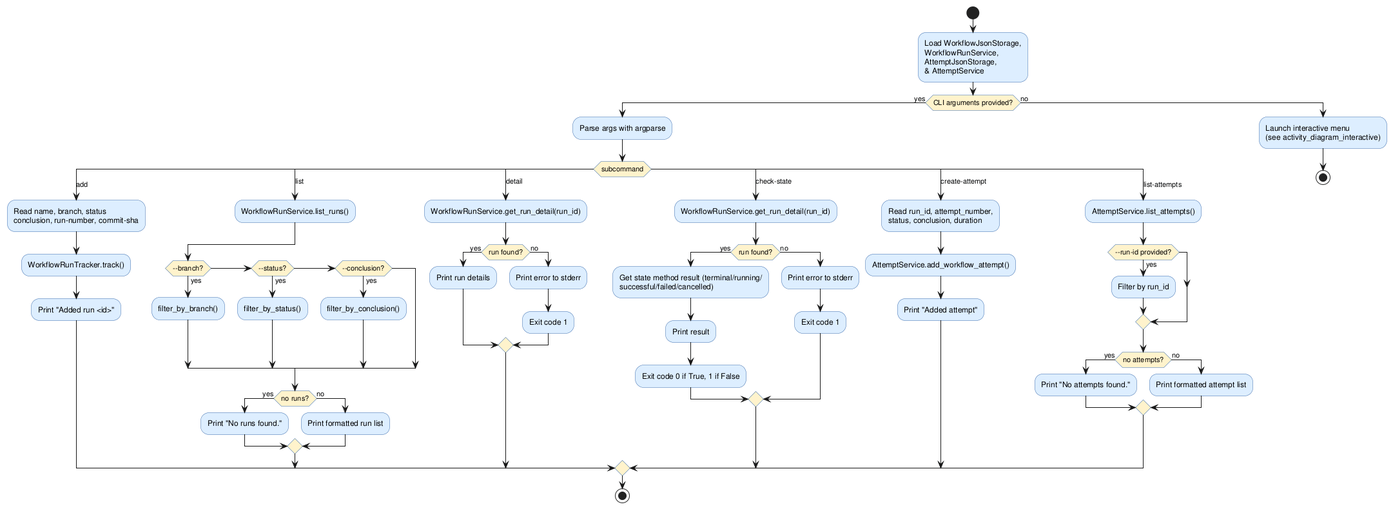
DanielRiha8906/Software_autoevolution_using_agents keeps this PlantUML diagram as experiments/broadcast/structured_text/github-workflow-manager/artifacts/activity_diagram_main.png. Above is the earlier version.
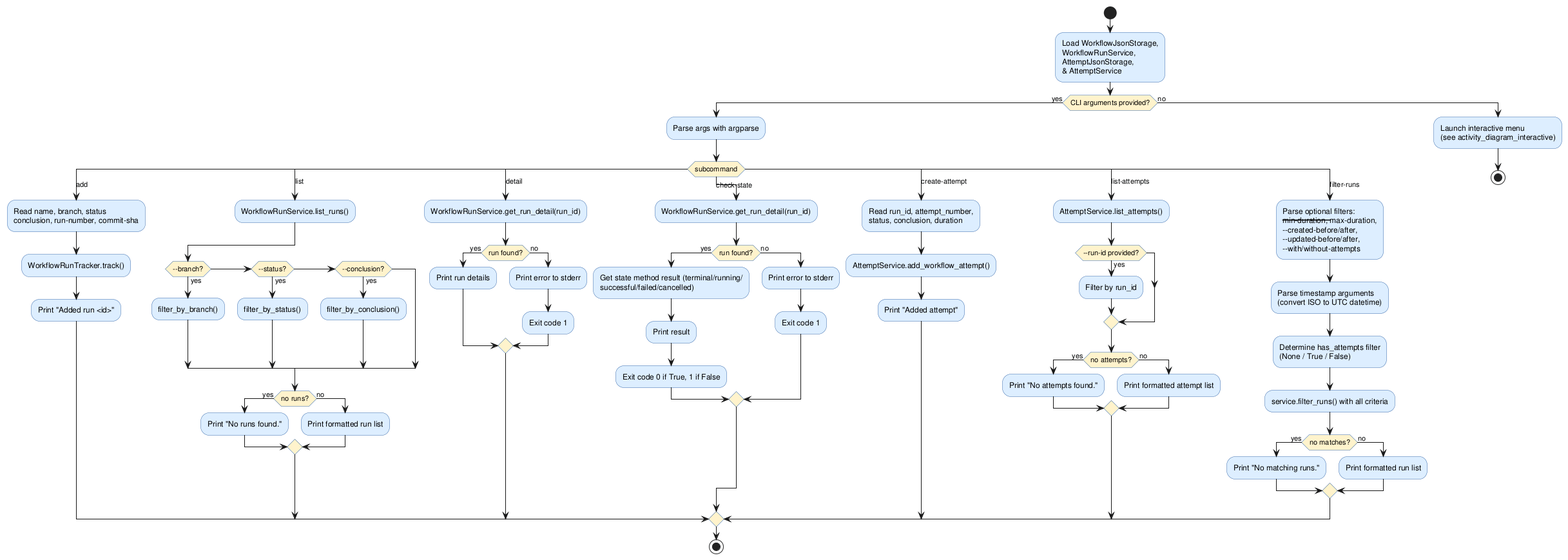
After the commit.

Change to the diagram source:
```diff
@@ -68,6 +68,17 @@
         :Print formatted attempt list;
       endif
 
+    case (filter-runs)
+      :Parse optional filters:\n--min-duration, --max-duration,\n--created-before/after,\n--updated-before/after,\n--with/without-attempts;
+      :Parse timestamp arguments\n(convert ISO to UTC datetime);
+      :Determine has_attempts filter\n(None / True / False);
+      :service.filter_runs() with all criteria;
+      if (no matches?) then (yes)
+        :Print "No matching runs.";
+      else (no)
+        :Print formatted run list;
+      endif
+
   endswitch
   stop
 
```
